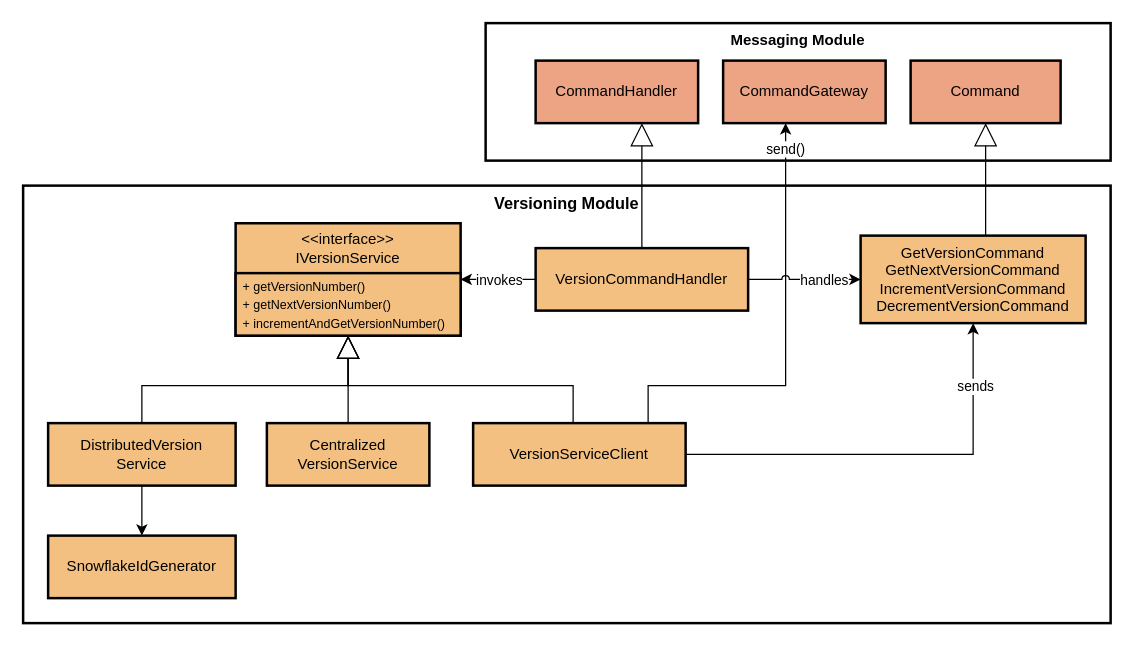
The draw.io diagram data/figs/architecture/layers/layers_version.drawio in socialsoftware/microservices-simulator, before the edit. Source tidied: cells renumbered, new cells numbered last; positions are measured from the earlier drawing's top-left corner, leaving out a move shared by most shapes. Both pictures are drawn from the tidied source at 125%, with x=0, y=0 at pixel (22, 22).
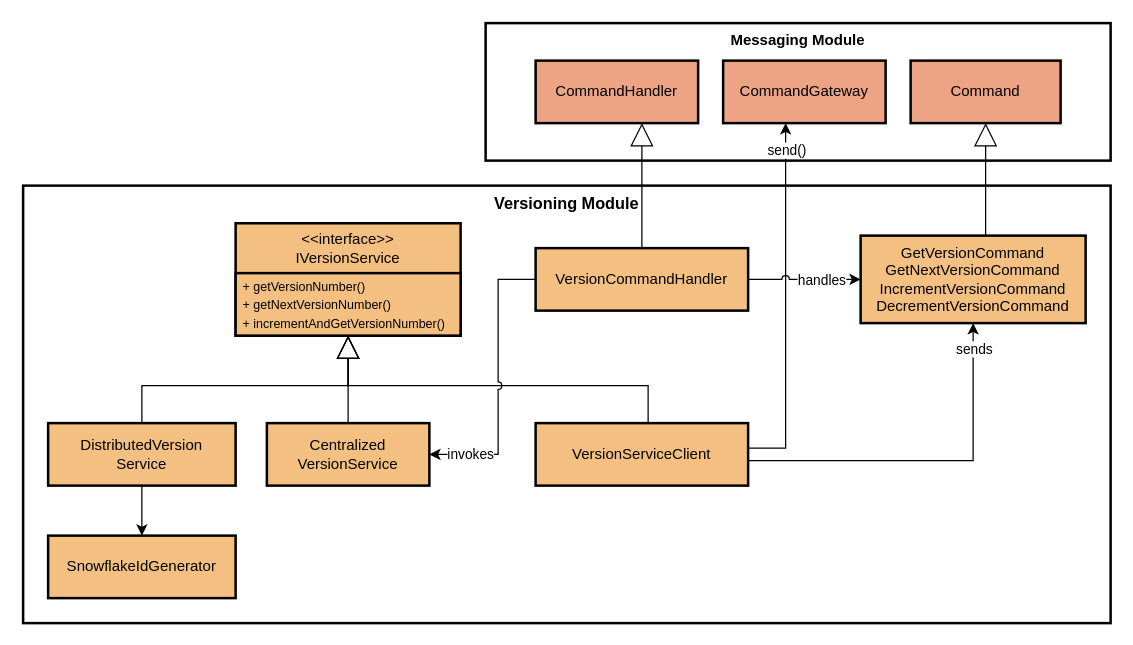
The same diagram, later.

The change refers to these unchanged cells:
```xml
<mxCell id="4" value="Centralized VersionService" style="whiteSpace=wrap;strokeWidth=2;fillColor=#F3C082;strokeColor=#000000;" parent="1" vertex="1">
  <mxGeometry x="195" y="320" width="130" height="50" as="geometry" />
</mxCell>
<mxCell id="12" style="edgeStyle=orthogonalEdgeStyle;rounded=0;jettySize=auto;html=1;jumpStyle=arc;" parent="1" edge="1" source="15" target="17">
  <mxGeometry relative="1" as="geometry">
    <Array as="points">
      <mxPoint x="620" y="205" />
      <mxPoint x="620" y="205" />
    </Array>
  </mxGeometry>
</mxCell>
<mxCell id="15" value="VersionCommandHandler" style="whiteSpace=wrap;strokeWidth=2;fillColor=#F3C082;strokeColor=#000000;" parent="1" vertex="1">
  <mxGeometry x="410" y="180" width="170" height="50" as="geometry" />
</mxCell>
<mxCell id="17" value="GetVersionCommand&#10;GetNextVersionCommand&#10;IncrementVersionCommand&#10;DecrementVersionCommand" style="whiteSpace=wrap;strokeWidth=2;fillColor=#F3C082;strokeColor=#000000;" parent="1" vertex="1">
  <mxGeometry x="670" y="170" width="180" height="70" as="geometry" />
</mxCell>
<mxCell id="24" value="CommandGateway" style="whiteSpace=wrap;strokeWidth=2;fillColor=#ECA485;strokeColor=#000000;" parent="1" vertex="1">
  <mxGeometry x="560" y="30" width="130" height="50" as="geometry" />
</mxCell>
<mxCell id="26" value="&amp;lt;&amp;lt;interface&amp;gt;&amp;gt;&lt;br style=&quot;padding: 0px; margin: 0px;&quot;&gt;IVersionService" style="swimlane;fontStyle=0;horizontal=1;startSize=40;whiteSpace=wrap;html=1;strokeWidth=2;fillColor=#F3C082;strokeColor=#000000;" parent="1" vertex="1">
  <mxGeometry x="170" y="160" width="180" height="90" as="geometry" />
</mxCell>
```

What changed in the source:
```diff
@@
     <mxCell id="6" style="edgeStyle=orthogonalEdgeStyle;rounded=0;jettySize=auto;html=1;strokeWidth=1;jumpStyle=arc;" parent="1" edge="1" source="10" target="24">
       <mxGeometry relative="1" as="geometry">
         <Array as="points">
-          <mxPoint x="500" y="290" />
-          <mxPoint x="610" y="290" />
+          <mxPoint x="610" y="340" />
         </Array>
       </mxGeometry>
     </mxCell>
     <mxCell id="7" value="&lt;div&gt;send()&lt;/div&gt;" style="edgeLabel;html=1;align=center;verticalAlign=middle;" parent="6" vertex="1">
       <mxGeometry x="-0.66" y="-2" relative="1" as="geometry">
-        <mxPoint x="80" y="-192" as="offset" />
+        <mxPoint x="-2" y="-220" as="offset" />
       </mxGeometry>
     </mxCell>
     <mxCell id="8" style="edgeStyle=orthogonalEdgeStyle;rounded=0;jettySize=auto;html=1;jumpStyle=arc;" parent="1" edge="1" source="10" target="17">
       <mxGeometry relative="1" as="geometry">
         <Array as="points">
-          <mxPoint x="760" y="345" />
+          <mxPoint x="760" y="350" />
         </Array>
       </mxGeometry>
     </mxCell>
     <mxCell id="9" value="sends" style="edgeLabel;html=1;align=center;verticalAlign=middle;" parent="8" vertex="1">
       <mxGeometry relative="1" as="geometry">
-        <mxPoint x="63" y="-55" as="offset" />
+        <mxPoint x="35" y="-90" as="offset" />
       </mxGeometry>
     </mxCell>
     <mxCell id="10" value="VersionServiceClient" style="whiteSpace=wrap;strokeWidth=2;fillColor=#F3C082;strokeColor=#000000;" parent="1" vertex="1">
-      <mxGeometry x="360" y="320" width="170" height="50" as="geometry" />
+      <mxGeometry x="410" y="320" width="170" height="50" as="geometry" />
     </mxCell>
@@
     <mxCell id="13" value="handles" style="edgeLabel;html=1;align=center;verticalAlign=middle;" parent="12" vertex="1">
       <mxGeometry relative="1" as="geometry">
-        <mxPoint x="15" as="offset" />
+        <mxPoint x="13" as="offset" />
       </mxGeometry>
     </mxCell>
@@
     <mxCell id="20" style="startArrow=none;endArrow=block;rounded=0;edgeStyle=orthogonalEdgeStyle;endFill=0;endSize=16;jumpStyle=arc;" parent="1" edge="1" source="10" target="26">
       <mxGeometry relative="1" as="geometry">
         <Array as="points">
-          <mxPoint x="440" y="290" />
+          <mxPoint x="500" y="290" />
           <mxPoint x="260" y="290" />
         </Array>
       </mxGeometry>
     </mxCell>
@@
-    <mxCell id="22" style="startArrow=none;endArrow=classic;rounded=0;edgeStyle=orthogonalEdgeStyle;endFill=1;jumpStyle=arc;" parent="1" edge="1" source="15" target="26">
-      <mxGeometry relative="1" as="geometry" />
+    <mxCell id="22" style="startArrow=none;endArrow=classic;rounded=0;edgeStyle=orthogonalEdgeStyle;endFill=1;jumpStyle=arc;" parent="1" edge="1" source="15" target="4">
+      <mxGeometry relative="1" as="geometry">
+        <Array as="points">
+          <mxPoint x="380" y="205" />
+          <mxPoint x="380" y="345" />
+        </Array>
+      </mxGeometry>
     </mxCell>
     <mxCell id="23" value="invokes" style="edgeLabel;html=1;align=center;verticalAlign=middle;" parent="22" vertex="1">
       <mxGeometry x="0.3" y="-2" relative="1" as="geometry">
-        <mxPoint x="9" y="2" as="offset" />
+        <mxPoint x="-21" y="23" as="offset" />
       </mxGeometry>
     </mxCell>
```
